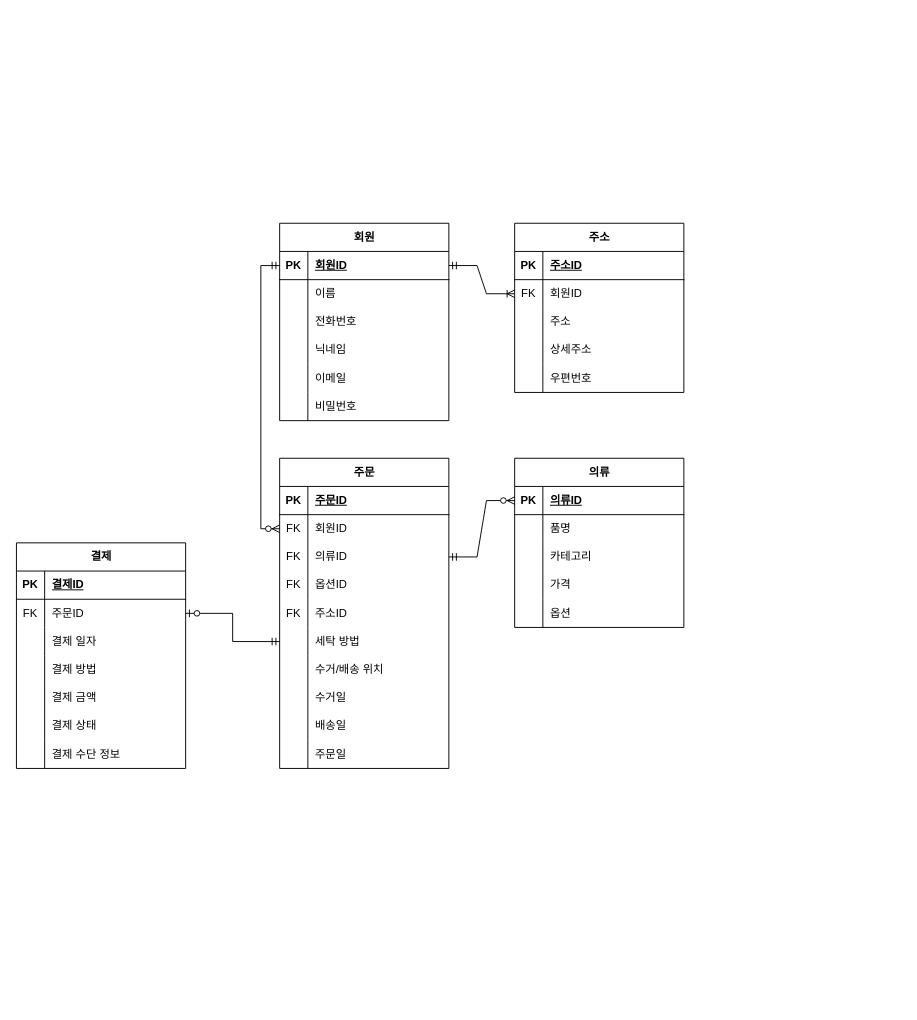
Daeseda/daeseda keeps this draw.io diagram as ERD.drawio. Above is the earlier version. Source tidied: cells renumbered, new cells numbered last; positions are measured from the earlier drawing's top-left corner, leaving out a move shared by most shapes. Both pictures are drawn from the tidied source at 94%, with x=0, y=0 at pixel (16, 223).
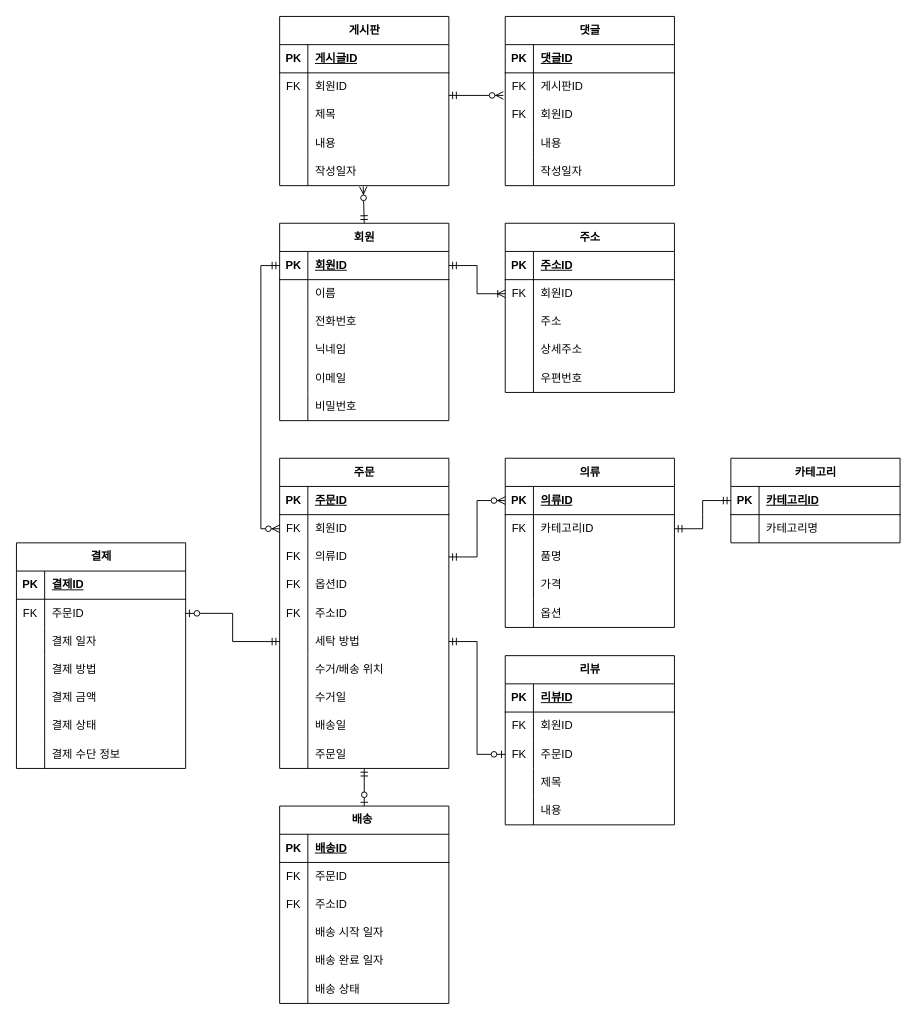
The same page after the edit.

Unchanged cells that the change refers to:
```xml
<mxCell id="2" value="회원" style="shape=table;startSize=30;childLayout=tableLayout;rowLines=0;fontStyle=1;align=center;html=1;" parent="1" vertex="1">
  <mxGeometry x="280" width="180" height="210" as="geometry" />
</mxCell>
<mxCell id="42" style="shape=tableRow;horizontal=0;startSize=0;swimlaneHead=0;swimlaneBody=0;fillColor=none;points=[[0,0.5],[1,0.5]];portConstraint=eastwest;top=0;left=0;right=0;bottom=0;" parent="38" vertex="1">
  <mxGeometry y="60" width="180" height="30" as="geometry" />
</mxCell>
<mxCell id="45" style="shape=tableRow;horizontal=0;startSize=0;swimlaneHead=0;swimlaneBody=0;fillColor=none;top=0;left=0;right=0;bottom=0;" parent="38" vertex="1">
  <mxGeometry y="90" width="180" height="30" as="geometry" />
</mxCell>
<mxCell id="70" style="shape=tableRow;horizontal=0;startSize=0;swimlaneHead=0;swimlaneBody=0;fillColor=none;points=[[0,0.5],[1,0.5]];portConstraint=eastwest;top=0;left=0;right=0;bottom=0;" parent="54" vertex="1">
  <mxGeometry y="180" width="180" height="30" as="geometry" />
</mxCell>
<mxCell id="82" style="shape=tableRow;horizontal=0;startSize=0;swimlaneHead=0;swimlaneBody=0;fillColor=none;points=[[0,0.5],[1,0.5]];portConstraint=eastwest;top=0;left=0;right=0;bottom=0;" parent="54" vertex="1">
  <mxGeometry y="300" width="180" height="30" as="geometry" />
</mxCell>
```

Diff of the diagram source:
```diff
@@
     <mxCell id="21" value="주소" style="shape=table;startSize=30;childLayout=tableLayout;rowLines=0;fontStyle=1;align=center;html=1;" parent="1" vertex="1">
-      <mxGeometry x="530" width="180" height="180" as="geometry" />
+      <mxGeometry x="520" width="180" height="180" as="geometry" />
     </mxCell>
@@
     <mxCell id="38" value="의류" style="shape=table;startSize=30;childLayout=tableLayout;rowLines=0;fontStyle=1;align=center;html=1;" parent="1" vertex="1">
-      <mxGeometry x="530" y="250" width="180" height="180" as="geometry" />
+      <mxGeometry x="520" y="250" width="180" height="180" as="geometry" />
     </mxCell>
@@
-    <mxCell id="43" style="shape=partialRectangle;fillColor=none;top=0;left=0;bottom=0;right=0;overflow=hidden;whiteSpace=wrap;html=1;" parent="42" vertex="1">
+    <mxCell id="43" value="FK" style="shape=partialRectangle;fillColor=none;top=0;left=0;bottom=0;right=0;overflow=hidden;whiteSpace=wrap;html=1;" parent="42" vertex="1">
       <mxGeometry width="30" height="30" as="geometry" />
     </mxCell>
-    <mxCell id="44" value="품명" style="shape=partialRectangle;fillColor=none;top=0;left=0;bottom=0;right=0;align=left;spacingLeft=6;overflow=hidden;whiteSpace=wrap;html=1;" parent="42" vertex="1">
+    <mxCell id="44" value="카테고리ID&lt;br&gt;" style="shape=partialRectangle;fillColor=none;top=0;left=0;bottom=0;right=0;align=left;spacingLeft=6;overflow=hidden;whiteSpace=wrap;html=1;" parent="42" vertex="1">
       <mxGeometry x="30" width="150" height="30" as="geometry" />
     </mxCell>
@@
-    <mxCell id="47" value="카테고리" style="shape=partialRectangle;fillColor=none;top=0;left=0;bottom=0;right=0;align=left;spacingLeft=6;overflow=hidden;whiteSpace=wrap;html=1;" parent="45" vertex="1">
+    <mxCell id="47" value="품명" style="shape=partialRectangle;fillColor=none;top=0;left=0;bottom=0;right=0;align=left;spacingLeft=6;overflow=hidden;whiteSpace=wrap;html=1;" parent="45" vertex="1">
       <mxGeometry x="30" width="150" height="30" as="geometry" />
     </mxCell>
@@
+    <mxCell id="110" value="배송&lt;span style=&quot;white-space: pre;&quot;&gt;&#9;&lt;/span&gt;" style="shape=table;startSize=30;childLayout=tableLayout;rowLines=0;fontStyle=1;align=center;html=1;" parent="1" vertex="1">
+      <mxGeometry x="280" y="620" width="180" height="210" as="geometry" />
+    </mxCell>
+    <mxCell id="111" style="shape=tableRow;horizontal=0;startSize=0;swimlaneHead=0;swimlaneBody=0;fillColor=none;top=0;left=0;right=0;bottom=1;" parent="110" vertex="1">
+      <mxGeometry y="30" width="180" height="30" as="geometry" />
+    </mxCell>
+    <mxCell id="112" value="PK" style="shape=partialRectangle;fillColor=none;top=0;left=0;bottom=0;right=0;fontStyle=1;overflow=hidden;whiteSpace=wrap;html=1;" parent="111" vertex="1">
+      <mxGeometry width="30" height="30" as="geometry" />
+    </mxCell>
+    <mxCell id="113" value="배송ID" style="shape=partialRectangle;fillColor=none;top=0;left=0;bottom=0;right=0;align=left;spacingLeft=6;fontStyle=5;overflow=hidden;whiteSpace=wrap;html=1;" parent="111" vertex="1">
+      <mxGeometry x="30" width="150" height="30" as="geometry" />
+    </mxCell>
+    <mxCell id="114" style="shape=tableRow;horizontal=0;startSize=0;swimlaneHead=0;swimlaneBody=0;fillColor=none;top=0;left=0;right=0;bottom=0;" parent="110" vertex="1">
+      <mxGeometry y="60" width="180" height="30" as="geometry" />
+    </mxCell>
+    <mxCell id="115" value="FK" style="shape=partialRectangle;fillColor=none;top=0;left=0;bottom=0;right=0;overflow=hidden;whiteSpace=wrap;html=1;" parent="114" vertex="1">
+      <mxGeometry width="30" height="30" as="geometry" />
+    </mxCell>
+    <mxCell id="116" value="주문ID" style="shape=partialRectangle;fillColor=none;top=0;left=0;bottom=0;right=0;align=left;spacingLeft=6;overflow=hidden;whiteSpace=wrap;html=1;" parent="114" vertex="1">
+      <mxGeometry x="30" width="150" height="30" as="geometry" />
+    </mxCell>
+    <mxCell id="117" style="shape=tableRow;horizontal=0;startSize=0;swimlaneHead=0;swimlaneBody=0;fillColor=none;top=0;left=0;right=0;bottom=0;" parent="110" vertex="1">
+      <mxGeometry y="90" width="180" height="30" as="geometry" />
+    </mxCell>
+    <mxCell id="118" value="FK" style="shape=partialRectangle;fillColor=none;top=0;left=0;bottom=0;right=0;overflow=hidden;whiteSpace=wrap;html=1;" parent="117" vertex="1">
+      <mxGeometry width="30" height="30" as="geometry" />
+    </mxCell>
+    <mxCell id="119" value="주소ID" style="shape=partialRectangle;fillColor=none;top=0;left=0;bottom=0;right=0;align=left;spacingLeft=6;overflow=hidden;whiteSpace=wrap;html=1;" parent="117" vertex="1">
+      <mxGeometry x="30" width="150" height="30" as="geometry" />
+    </mxCell>
+    <mxCell id="120" style="shape=tableRow;horizontal=0;startSize=0;swimlaneHead=0;swimlaneBody=0;fillColor=none;top=0;left=0;right=0;bottom=0;" parent="110" vertex="1">
+      <mxGeometry y="120" width="180" height="30" as="geometry" />
+    </mxCell>
+    <mxCell id="121" style="shape=partialRectangle;fillColor=none;top=0;left=0;bottom=0;right=0;overflow=hidden;whiteSpace=wrap;html=1;" parent="120" vertex="1">
+      <mxGeometry width="30" height="30" as="geometry" />
+    </mxCell>
+    <mxCell id="122" value="배송 시작 일자" style="shape=partialRectangle;fillColor=none;top=0;left=0;bottom=0;right=0;align=left;spacingLeft=6;overflow=hidden;whiteSpace=wrap;html=1;" parent="120" vertex="1">
+      <mxGeometry x="30" width="150" height="30" as="geometry" />
+    </mxCell>
+    <mxCell id="123" style="shape=tableRow;horizontal=0;startSize=0;swimlaneHead=0;swimlaneBody=0;fillColor=none;top=0;left=0;right=0;bottom=0;" parent="110" vertex="1">
+      <mxGeometry y="150" width="180" height="30" as="geometry" />
+    </mxCell>
+    <mxCell id="124" style="shape=partialRectangle;fillColor=none;top=0;left=0;bottom=0;right=0;overflow=hidden;whiteSpace=wrap;html=1;" parent="123" vertex="1">
+      <mxGeometry width="30" height="30" as="geometry" />
+    </mxCell>
+    <mxCell id="125" value="배송 완료 일자" style="shape=partialRectangle;fillColor=none;top=0;left=0;bottom=0;right=0;align=left;spacingLeft=6;overflow=hidden;whiteSpace=wrap;html=1;" parent="123" vertex="1">
+      <mxGeometry x="30" width="150" height="30" as="geometry" />
+    </mxCell>
+    <mxCell id="126" style="shape=tableRow;horizontal=0;startSize=0;swimlaneHead=0;swimlaneBody=0;fillColor=none;top=0;left=0;right=0;bottom=0;" parent="110" vertex="1">
+      <mxGeometry y="180" width="180" height="30" as="geometry" />
+    </mxCell>
+    <mxCell id="127" style="shape=partialRectangle;fillColor=none;top=0;left=0;bottom=0;right=0;overflow=hidden;whiteSpace=wrap;html=1;" parent="126" vertex="1">
+      <mxGeometry width="30" height="30" as="geometry" />
+    </mxCell>
+    <mxCell id="128" value="배송 상태" style="shape=partialRectangle;fillColor=none;top=0;left=0;bottom=0;right=0;align=left;spacingLeft=6;overflow=hidden;whiteSpace=wrap;html=1;" parent="126" vertex="1">
+      <mxGeometry x="30" width="150" height="30" as="geometry" />
+    </mxCell>
+    <mxCell id="129" style="fontSize=12;html=1;endArrow=ERzeroToOne;startArrow=ERmandOne;rounded=0;exitX=0.5;exitY=1;exitDx=0;exitDy=0;exitPerimeter=0;entryX=0.5;entryY=0;entryDx=0;entryDy=0;" parent="1" edge="1" source="82" target="110">
+      <mxGeometry relative="1" as="geometry" />
+    </mxCell>
+    <mxCell id="130" value="게시판" style="shape=table;startSize=30;childLayout=tableLayout;rowLines=0;fontStyle=1;align=center;html=1;" parent="1" vertex="1">
+      <mxGeometry x="280" y="-220" width="180" height="180" as="geometry" />
+    </mxCell>
+    <mxCell id="131" style="shape=tableRow;horizontal=0;startSize=0;swimlaneHead=0;swimlaneBody=0;fillColor=none;top=0;left=0;right=0;bottom=1;" parent="130" vertex="1">
+      <mxGeometry y="30" width="180" height="30" as="geometry" />
+    </mxCell>
+    <mxCell id="132" value="PK" style="shape=partialRectangle;fillColor=none;top=0;left=0;bottom=0;right=0;fontStyle=1;overflow=hidden;whiteSpace=wrap;html=1;" parent="131" vertex="1">
+      <mxGeometry width="30" height="30" as="geometry" />
+    </mxCell>
+    <mxCell id="133" value="게시글ID" style="shape=partialRectangle;fillColor=none;top=0;left=0;bottom=0;right=0;align=left;spacingLeft=6;fontStyle=5;overflow=hidden;whiteSpace=wrap;html=1;" parent="131" vertex="1">
+      <mxGeometry x="30" width="150" height="30" as="geometry" />
+    </mxCell>
+    <mxCell id="134" style="shape=tableRow;horizontal=0;startSize=0;swimlaneHead=0;swimlaneBody=0;fillColor=none;points=[[0,0.5],[1,0.5]];portConstraint=eastwest;top=0;left=0;right=0;bottom=0;" parent="130" vertex="1">
+      <mxGeometry y="60" width="180" height="30" as="geometry" />
+    </mxCell>
+    <mxCell id="135" value="FK" style="shape=partialRectangle;fillColor=none;top=0;left=0;bottom=0;right=0;overflow=hidden;whiteSpace=wrap;html=1;" parent="134" vertex="1">
+      <mxGeometry width="30" height="30" as="geometry" />
+    </mxCell>
+    <mxCell id="136" value="회원ID" style="shape=partialRectangle;fillColor=none;top=0;left=0;bottom=0;right=0;align=left;spacingLeft=6;overflow=hidden;whiteSpace=wrap;html=1;" parent="134" vertex="1">
+      <mxGeometry x="30" width="150" height="30" as="geometry" />
+    </mxCell>
+    <mxCell id="137" style="shape=tableRow;horizontal=0;startSize=0;swimlaneHead=0;swimlaneBody=0;fillColor=none;top=0;left=0;right=0;bottom=0;" parent="130" vertex="1">
+      <mxGeometry y="90" width="180" height="30" as="geometry" />
+    </mxCell>
+    <mxCell id="138" style="shape=partialRectangle;fillColor=none;top=0;left=0;bottom=0;right=0;overflow=hidden;whiteSpace=wrap;html=1;" parent="137" vertex="1">
+      <mxGeometry width="30" height="30" as="geometry" />
+    </mxCell>
+    <mxCell id="139" value="제목" style="shape=partialRectangle;fillColor=none;top=0;left=0;bottom=0;right=0;align=left;spacingLeft=6;overflow=hidden;whiteSpace=wrap;html=1;" parent="137" vertex="1">
+      <mxGeometry x="30" width="150" height="30" as="geometry" />
+    </mxCell>
+    <mxCell id="140" style="shape=tableRow;horizontal=0;startSize=0;swimlaneHead=0;swimlaneBody=0;fillColor=none;top=0;left=0;right=0;bottom=0;" parent="130" vertex="1">
+      <mxGeometry y="120" width="180" height="30" as="geometry" />
+    </mxCell>
+    <mxCell id="141" style="shape=partialRectangle;fillColor=none;top=0;left=0;bottom=0;right=0;overflow=hidden;whiteSpace=wrap;html=1;" parent="140" vertex="1">
+      <mxGeometry width="30" height="30" as="geometry" />
+    </mxCell>
+    <mxCell id="142" value="내용" style="shape=partialRectangle;fillColor=none;top=0;left=0;bottom=0;right=0;align=left;spacingLeft=6;overflow=hidden;whiteSpace=wrap;html=1;" parent="140" vertex="1">
+      <mxGeometry x="30" width="150" height="30" as="geometry" />
+    </mxCell>
+    <mxCell id="143" style="shape=tableRow;horizontal=0;startSize=0;swimlaneHead=0;swimlaneBody=0;fillColor=none;points=[[0,0.5],[1,0.5]];portConstraint=eastwest;top=0;left=0;right=0;bottom=0;" parent="130" vertex="1">
+      <mxGeometry y="150" width="180" height="30" as="geometry" />
+    </mxCell>
+    <mxCell id="144" style="shape=partialRectangle;fillColor=none;top=0;left=0;bottom=0;right=0;overflow=hidden;whiteSpace=wrap;html=1;" parent="143" vertex="1">
+      <mxGeometry width="30" height="30" as="geometry" />
+    </mxCell>
+    <mxCell id="145" value="작성일자" style="shape=partialRectangle;fillColor=none;top=0;left=0;bottom=0;right=0;align=left;spacingLeft=6;overflow=hidden;whiteSpace=wrap;html=1;" parent="143" vertex="1">
+      <mxGeometry x="30" width="150" height="30" as="geometry" />
+    </mxCell>
+    <mxCell id="146" style="fontSize=12;html=1;endArrow=ERzeroToMany;startArrow=ERmandOne;rounded=0;exitX=0.5;exitY=0;exitDx=0;exitDy=0;entryX=0.494;entryY=1.033;entryDx=0;entryDy=0;entryPerimeter=0;" parent="1" edge="1" source="2" target="143">
+      <mxGeometry relative="1" as="geometry" />
+    </mxCell>
+    <mxCell id="147" value="댓글" style="shape=table;startSize=30;childLayout=tableLayout;rowLines=0;fontStyle=1;align=center;html=1;" parent="1" vertex="1">
+      <mxGeometry x="520" y="-220" width="180" height="180" as="geometry" />
+    </mxCell>
+    <mxCell id="148" style="shape=tableRow;horizontal=0;startSize=0;swimlaneHead=0;swimlaneBody=0;fillColor=none;top=0;left=0;right=0;bottom=1;" parent="147" vertex="1">
+      <mxGeometry y="30" width="180" height="30" as="geometry" />
+    </mxCell>
+    <mxCell id="149" value="PK" style="shape=partialRectangle;fillColor=none;top=0;left=0;bottom=0;right=0;fontStyle=1;overflow=hidden;whiteSpace=wrap;html=1;" parent="148" vertex="1">
+      <mxGeometry width="30" height="30" as="geometry" />
+    </mxCell>
+    <mxCell id="150" value="댓글ID" style="shape=partialRectangle;fillColor=none;top=0;left=0;bottom=0;right=0;align=left;spacingLeft=6;fontStyle=5;overflow=hidden;whiteSpace=wrap;html=1;" parent="148" vertex="1">
+      <mxGeometry x="30" width="150" height="30" as="geometry" />
+    </mxCell>
+    <mxCell id="151" style="shape=tableRow;horizontal=0;startSize=0;swimlaneHead=0;swimlaneBody=0;fillColor=none;points=[[0,0.5],[1,0.5]];portConstraint=eastwest;top=0;left=0;right=0;bottom=0;" parent="147" vertex="1">
+      <mxGeometry y="60" width="180" height="30" as="geometry" />
+    </mxCell>
+    <mxCell id="152" value="FK" style="shape=partialRectangle;fillColor=none;top=0;left=0;bottom=0;right=0;overflow=hidden;whiteSpace=wrap;html=1;" parent="151" vertex="1">
+      <mxGeometry width="30" height="30" as="geometry" />
+    </mxCell>
+    <mxCell id="153" value="게시판ID" style="shape=partialRectangle;fillColor=none;top=0;left=0;bottom=0;right=0;align=left;spacingLeft=6;overflow=hidden;whiteSpace=wrap;html=1;" parent="151" vertex="1">
+      <mxGeometry x="30" width="150" height="30" as="geometry" />
+    </mxCell>
+    <mxCell id="154" style="shape=tableRow;horizontal=0;startSize=0;swimlaneHead=0;swimlaneBody=0;fillColor=none;top=0;left=0;right=0;bottom=0;" parent="147" vertex="1">
+      <mxGeometry y="90" width="180" height="30" as="geometry" />
+    </mxCell>
+    <mxCell id="155" value="FK" style="shape=partialRectangle;fillColor=none;top=0;left=0;bottom=0;right=0;overflow=hidden;whiteSpace=wrap;html=1;" parent="154" vertex="1">
+      <mxGeometry width="30" height="30" as="geometry" />
+    </mxCell>
+    <mxCell id="156" value="회원ID" style="shape=partialRectangle;fillColor=none;top=0;left=0;bottom=0;right=0;align=left;spacingLeft=6;overflow=hidden;whiteSpace=wrap;html=1;" parent="154" vertex="1">
+      <mxGeometry x="30" width="150" height="30" as="geometry" />
+    </mxCell>
+    <mxCell id="157" style="shape=tableRow;horizontal=0;startSize=0;swimlaneHead=0;swimlaneBody=0;fillColor=none;top=0;left=0;right=0;bottom=0;" parent="147" vertex="1">
+      <mxGeometry y="120" width="180" height="30" as="geometry" />
+    </mxCell>
+    <mxCell id="158" style="shape=partialRectangle;fillColor=none;top=0;left=0;bottom=0;right=0;overflow=hidden;whiteSpace=wrap;html=1;" parent="157" vertex="1">
+      <mxGeometry width="30" height="30" as="geometry" />
+    </mxCell>
+    <mxCell id="159" value="내용" style="shape=partialRectangle;fillColor=none;top=0;left=0;bottom=0;right=0;align=left;spacingLeft=6;overflow=hidden;whiteSpace=wrap;html=1;" parent="157" vertex="1">
+      <mxGeometry x="30" width="150" height="30" as="geometry" />
+    </mxCell>
+    <mxCell id="160" style="shape=tableRow;horizontal=0;startSize=0;swimlaneHead=0;swimlaneBody=0;fillColor=none;top=0;left=0;right=0;bottom=0;" parent="147" vertex="1">
+      <mxGeometry y="150" width="180" height="30" as="geometry" />
+    </mxCell>
+    <mxCell id="161" style="shape=partialRectangle;fillColor=none;top=0;left=0;bottom=0;right=0;overflow=hidden;whiteSpace=wrap;html=1;" parent="160" vertex="1">
+      <mxGeometry width="30" height="30" as="geometry" />
+    </mxCell>
+    <mxCell id="162" value="작성일자" style="shape=partialRectangle;fillColor=none;top=0;left=0;bottom=0;right=0;align=left;spacingLeft=6;overflow=hidden;whiteSpace=wrap;html=1;" parent="160" vertex="1">
+      <mxGeometry x="30" width="150" height="30" as="geometry" />
+    </mxCell>
+    <mxCell id="163" style="fontSize=12;html=1;endArrow=ERzeroToMany;startArrow=ERmandOne;rounded=0;entryX=-0.011;entryY=0.8;entryDx=0;entryDy=0;entryPerimeter=0;exitX=1;exitY=0.8;exitDx=0;exitDy=0;exitPerimeter=0;" parent="1" edge="1" source="134" target="151">
+      <mxGeometry relative="1" as="geometry" />
+    </mxCell>
+    <mxCell id="164" value="카테고리" style="shape=table;startSize=30;childLayout=tableLayout;rowLines=0;fontStyle=1;align=center;html=1;" parent="1" vertex="1">
+      <mxGeometry x="760" y="250" width="180" height="90" as="geometry" />
+    </mxCell>
+    <mxCell id="165" style="shape=tableRow;horizontal=0;startSize=0;swimlaneHead=0;swimlaneBody=0;fillColor=none;points=[[0,0.5],[1,0.5]];portConstraint=eastwest;top=0;left=0;right=0;bottom=1;" parent="164" vertex="1">
+      <mxGeometry y="30" width="180" height="30" as="geometry" />
+    </mxCell>
+    <mxCell id="166" value="PK" style="shape=partialRectangle;fillColor=none;top=0;left=0;bottom=0;right=0;fontStyle=1;overflow=hidden;whiteSpace=wrap;html=1;" parent="165" vertex="1">
+      <mxGeometry width="30" height="30" as="geometry" />
+    </mxCell>
+    <mxCell id="167" value="카테고리ID" style="shape=partialRectangle;fillColor=none;top=0;left=0;bottom=0;right=0;align=left;spacingLeft=6;fontStyle=5;overflow=hidden;whiteSpace=wrap;html=1;" parent="165" vertex="1">
+      <mxGeometry x="30" width="150" height="30" as="geometry" />
+    </mxCell>
+    <mxCell id="168" style="shape=tableRow;horizontal=0;startSize=0;swimlaneHead=0;swimlaneBody=0;fillColor=none;top=0;left=0;right=0;bottom=0;" parent="164" vertex="1">
+      <mxGeometry y="60" width="180" height="30" as="geometry" />
+    </mxCell>
+    <mxCell id="169" style="shape=partialRectangle;fillColor=none;top=0;left=0;bottom=0;right=0;overflow=hidden;whiteSpace=wrap;html=1;" parent="168" vertex="1">
+      <mxGeometry width="30" height="30" as="geometry" />
+    </mxCell>
+    <mxCell id="170" value="카테고리명" style="shape=partialRectangle;fillColor=none;top=0;left=0;bottom=0;right=0;align=left;spacingLeft=6;overflow=hidden;whiteSpace=wrap;html=1;" parent="168" vertex="1">
+      <mxGeometry x="30" width="150" height="30" as="geometry" />
+    </mxCell>
+    <mxCell id="171" style="edgeStyle=entityRelationEdgeStyle;fontSize=12;html=1;endArrow=ERmandOne;startArrow=ERmandOne;rounded=0;exitX=1;exitY=0.5;exitDx=0;exitDy=0;entryX=0;entryY=0.5;entryDx=0;entryDy=0;" parent="1" edge="1" source="42" target="165">
+      <mxGeometry relative="1" as="geometry" />
+    </mxCell>
+    <mxCell id="172" value="리뷰" style="shape=table;startSize=30;childLayout=tableLayout;rowLines=0;fontStyle=1;align=center;html=1;" parent="1" vertex="1">
+      <mxGeometry x="520" y="460" width="180" height="180" as="geometry" />
+    </mxCell>
+    <mxCell id="173" style="shape=tableRow;horizontal=0;startSize=0;swimlaneHead=0;swimlaneBody=0;fillColor=none;top=0;left=0;right=0;bottom=1;" parent="172" vertex="1">
+      <mxGeometry y="30" width="180" height="30" as="geometry" />
+    </mxCell>
+    <mxCell id="174" value="PK" style="shape=partialRectangle;fillColor=none;top=0;left=0;bottom=0;right=0;fontStyle=1;overflow=hidden;whiteSpace=wrap;html=1;" parent="173" vertex="1">
+      <mxGeometry width="30" height="30" as="geometry" />
+    </mxCell>
+    <mxCell id="175" value="리뷰ID" style="shape=partialRectangle;fillColor=none;top=0;left=0;bottom=0;right=0;align=left;spacingLeft=6;fontStyle=5;overflow=hidden;whiteSpace=wrap;html=1;" parent="173" vertex="1">
+      <mxGeometry x="30" width="150" height="30" as="geometry" />
+    </mxCell>
+    <mxCell id="176" style="shape=tableRow;horizontal=0;startSize=0;swimlaneHead=0;swimlaneBody=0;fillColor=none;top=0;left=0;right=0;bottom=0;" parent="172" vertex="1">
+      <mxGeometry y="60" width="180" height="30" as="geometry" />
+    </mxCell>
+    <mxCell id="177" value="FK" style="shape=partialRectangle;fillColor=none;top=0;left=0;bottom=0;right=0;overflow=hidden;whiteSpace=wrap;html=1;" parent="176" vertex="1">
+      <mxGeometry width="30" height="30" as="geometry" />
+    </mxCell>
+    <mxCell id="178" value="회원ID" style="shape=partialRectangle;fillColor=none;top=0;left=0;bottom=0;right=0;align=left;spacingLeft=6;overflow=hidden;whiteSpace=wrap;html=1;" parent="176" vertex="1">
+      <mxGeometry x="30" width="150" height="30" as="geometry" />
+    </mxCell>
+    <mxCell id="179" style="shape=tableRow;horizontal=0;startSize=0;swimlaneHead=0;swimlaneBody=0;fillColor=none;points=[[0,0.5],[1,0.5]];portConstraint=eastwest;top=0;left=0;right=0;bottom=0;" parent="172" vertex="1">
+      <mxGeometry y="90" width="180" height="30" as="geometry" />
+    </mxCell>
+    <mxCell id="180" value="FK" style="shape=partialRectangle;fillColor=none;top=0;left=0;bottom=0;right=0;overflow=hidden;whiteSpace=wrap;html=1;" parent="179" vertex="1">
+      <mxGeometry width="30" height="30" as="geometry" />
+    </mxCell>
+    <mxCell id="181" value="주문ID" style="shape=partialRectangle;fillColor=none;top=0;left=0;bottom=0;right=0;align=left;spacingLeft=6;overflow=hidden;whiteSpace=wrap;html=1;" parent="179" vertex="1">
+      <mxGeometry x="30" width="150" height="30" as="geometry" />
+    </mxCell>
+    <mxCell id="182" style="shape=tableRow;horizontal=0;startSize=0;swimlaneHead=0;swimlaneBody=0;fillColor=none;top=0;left=0;right=0;bottom=0;" parent="172" vertex="1">
+      <mxGeometry y="120" width="180" height="30" as="geometry" />
+    </mxCell>
+    <mxCell id="183" style="shape=partialRectangle;fillColor=none;top=0;left=0;bottom=0;right=0;overflow=hidden;whiteSpace=wrap;html=1;" parent="182" vertex="1">
+      <mxGeometry width="30" height="30" as="geometry" />
+    </mxCell>
+    <mxCell id="184" value="제목" style="shape=partialRectangle;fillColor=none;top=0;left=0;bottom=0;right=0;align=left;spacingLeft=6;overflow=hidden;whiteSpace=wrap;html=1;" parent="182" vertex="1">
+      <mxGeometry x="30" width="150" height="30" as="geometry" />
+    </mxCell>
+    <mxCell id="185" style="shape=tableRow;horizontal=0;startSize=0;swimlaneHead=0;swimlaneBody=0;fillColor=none;top=0;left=0;right=0;bottom=0;" parent="172" vertex="1">
+      <mxGeometry y="150" width="180" height="30" as="geometry" />
+    </mxCell>
+    <mxCell id="186" style="shape=partialRectangle;fillColor=none;top=0;left=0;bottom=0;right=0;overflow=hidden;whiteSpace=wrap;html=1;" parent="185" vertex="1">
+      <mxGeometry width="30" height="30" as="geometry" />
+    </mxCell>
+    <mxCell id="187" value="내용" style="shape=partialRectangle;fillColor=none;top=0;left=0;bottom=0;right=0;align=left;spacingLeft=6;overflow=hidden;whiteSpace=wrap;html=1;" parent="185" vertex="1">
+      <mxGeometry x="30" width="150" height="30" as="geometry" />
+    </mxCell>
+    <mxCell id="188" style="fontSize=12;html=1;endArrow=ERzeroToOne;startArrow=ERmandOne;rounded=0;exitX=1;exitY=0.5;exitDx=0;exitDy=0;entryX=0;entryY=0.5;entryDx=0;entryDy=0;edgeStyle=orthogonalEdgeStyle;" parent="1" edge="1" source="70" target="179">
+      <mxGeometry relative="1" as="geometry" />
+    </mxCell>
```
